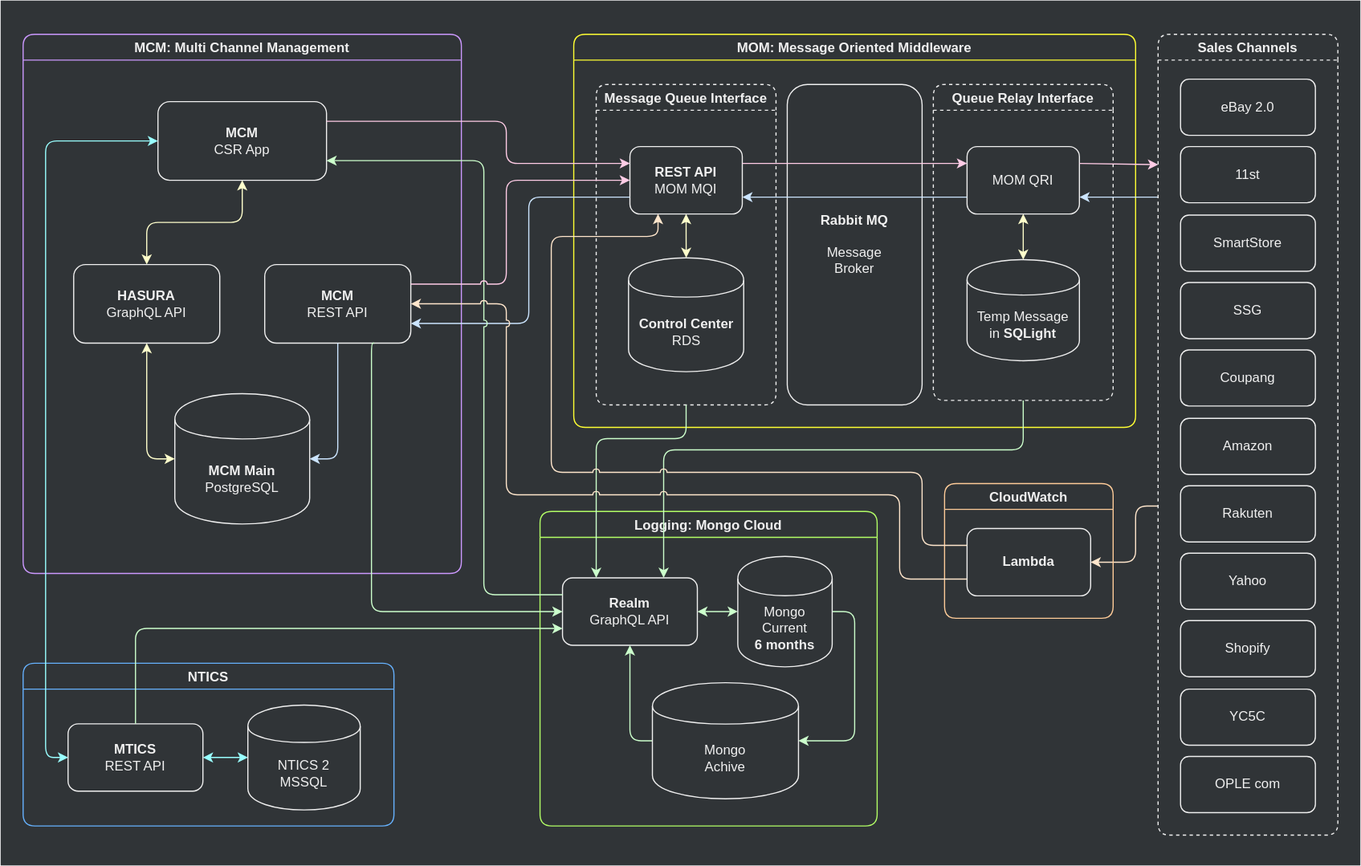
Above: assets/.draw.io/documents/geclio2-mcm-service.svg in jiholee-ntwglobal/jiholee-ntwglobal.github.io (draw.io), before the change. Source tidied: cells renumbered, new cells last; positions are measured from the earlier drawing's top-left corner, leaving out a move shared by most shapes.
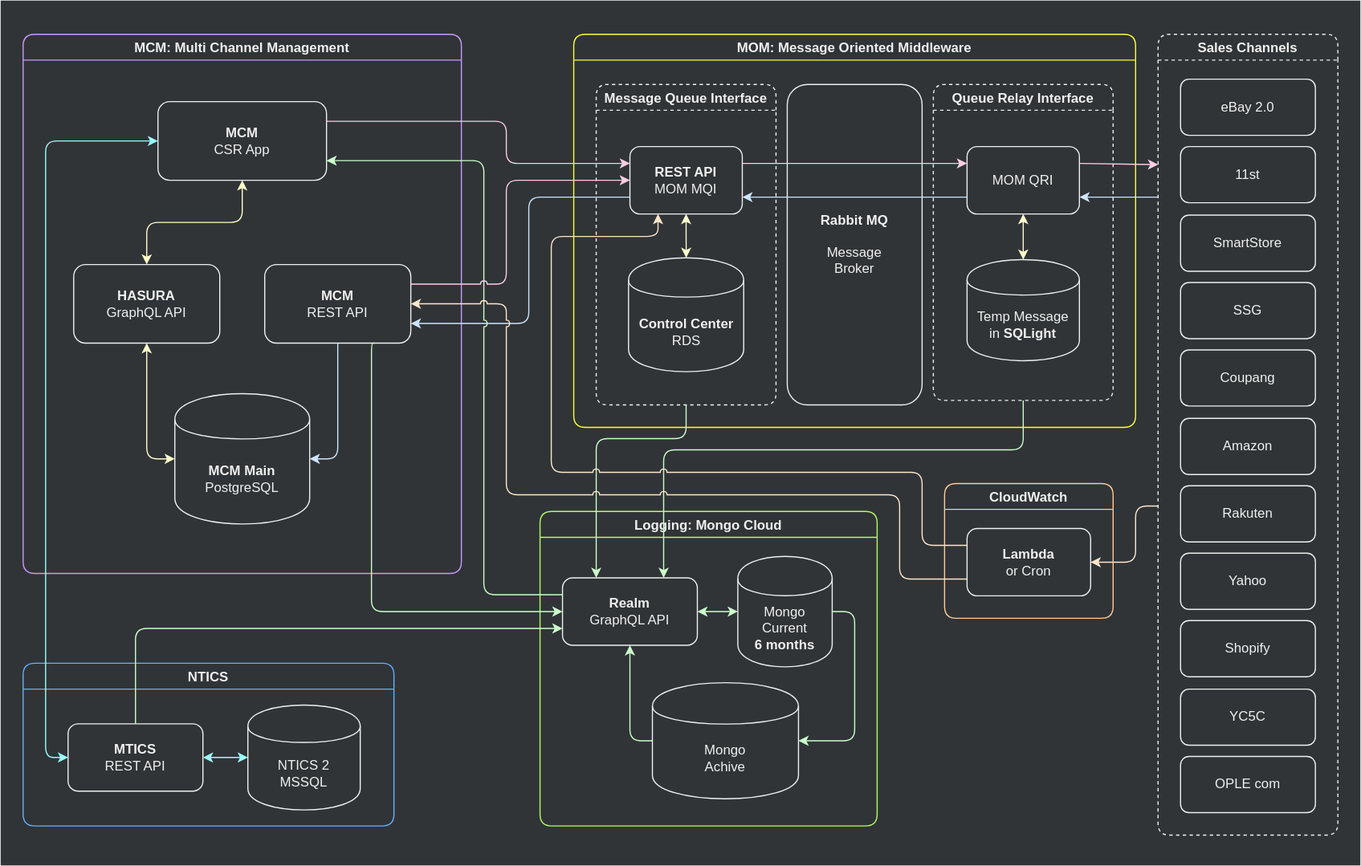
After the change.

Diff of the diagram source:
```diff
@@ -240,7 +240,7 @@
     <mxCell id="58" value="CloudWatch" style="swimlane;rounded=1;fillColor=none;fontColor=#F0F0F0;strokeColor=#FFCC99;" parent="3" vertex="1">
       <mxGeometry x="840" y="430" width="150" height="120" as="geometry" />
     </mxCell>
-    <mxCell id="59" value="&lt;b&gt;Lambda&lt;/b&gt;" style="rounded=1;whiteSpace=wrap;html=1;fillColor=none;fontColor=#F0F0F0;strokeColor=#F0F0F0;" parent="58" vertex="1">
+    <mxCell id="59" value="&lt;b&gt;Lambda&lt;/b&gt;&lt;br&gt;or Cron" style="rounded=1;whiteSpace=wrap;html=1;fillColor=none;fontColor=#F0F0F0;strokeColor=#F0F0F0;" parent="58" vertex="1">
       <mxGeometry x="20" y="40" width="110" height="60" as="geometry" />
     </mxCell>
     <mxCell id="60" style="edgeStyle=orthogonalEdgeStyle;rounded=1;jettySize=auto;html=1;entryX=1;entryY=0.5;entryDx=0;entryDy=0;startArrow=none;startFill=0;strokeColor=#FFE6CC;exitX=0;exitY=0.75;exitDx=0;exitDy=0;jumpStyle=arc;" parent="3" edge="1" source="59" target="6">
```
